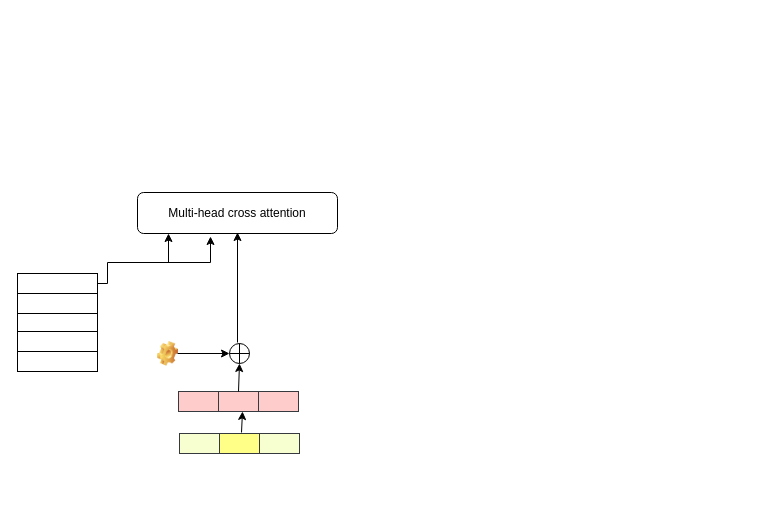
Before: liht.drawio in dksanyal/Abstract2StructuredAbstract, a draw.io diagram. Source tidied: cells renumbered, new cells numbered last; positions are measured from the earlier drawing's top-left corner, leaving out a move shared by most shapes. Both pictures are drawn from the tidied source at 100%, with x=0, y=0 at pixel (17, 192).
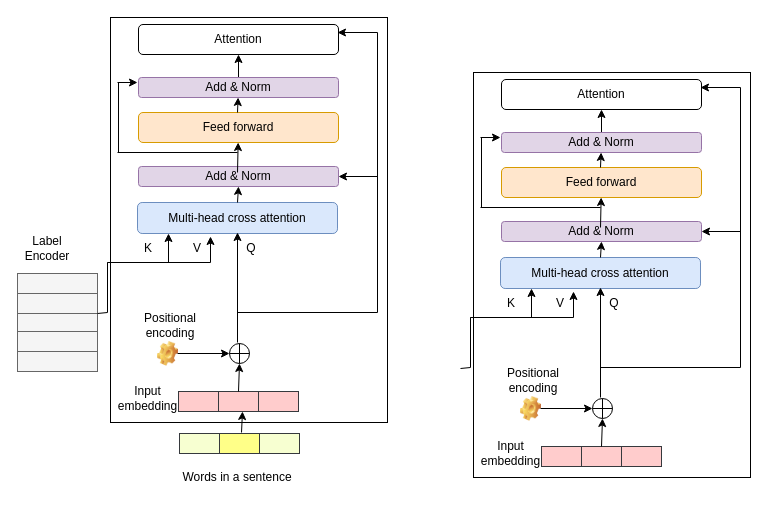
After the change.

The edit, as a diff of the source:
```diff
@@
+    <mxCell id="22" style="rounded=0;whiteSpace=wrap;html=1;" parent="1" vertex="1">
+      <mxGeometry x="93" y="-175" width="277" height="405" as="geometry" />
+    </mxCell>
-    <mxCell id="2" style="edgeStyle=orthogonalEdgeStyle;rounded=0;jettySize=auto;html=1;" parent="1" edge="1" source="3">
+    <mxCell id="2" style="edgeStyle=orthogonalEdgeStyle;rounded=0;jettySize=auto;html=1;startArrow=none;" parent="1" edge="1" source="39">
       <mxGeometry relative="1" as="geometry">
         <mxPoint x="193" y="44" as="targetPoint" />
         <Array as="points">
-          <mxPoint x="90" y="91" />
           <mxPoint x="90" y="70" />
           <mxPoint x="193" y="70" />
         </Array>
       </mxGeometry>
     </mxCell>
-    <mxCell id="3" style="rounded=0;whiteSpace=wrap;html=1;" parent="1" vertex="1">
+    <mxCell id="3" style="rounded=0;whiteSpace=wrap;html=1;fillColor=#f5f5f5;strokeColor=#666666;fontColor=#333333;" parent="1" vertex="1">
       <mxGeometry y="81" width="80" height="20" as="geometry" />
     </mxCell>
-    <mxCell id="4" style="rounded=0;whiteSpace=wrap;html=1;" parent="1" vertex="1">
+    <mxCell id="4" style="rounded=0;whiteSpace=wrap;html=1;fillColor=#f5f5f5;strokeColor=#666666;fontColor=#333333;" parent="1" vertex="1">
       <mxGeometry y="101" width="80" height="20" as="geometry" />
     </mxCell>
-    <mxCell id="5" style="rounded=0;whiteSpace=wrap;html=1;" parent="1" vertex="1">
+    <mxCell id="5" style="rounded=0;whiteSpace=wrap;html=1;fillColor=#f5f5f5;strokeColor=#666666;fontColor=#333333;" parent="1" vertex="1">
       <mxGeometry y="121" width="80" height="20" as="geometry" />
     </mxCell>
-    <mxCell id="6" style="rounded=0;whiteSpace=wrap;html=1;" parent="1" vertex="1">
+    <mxCell id="6" style="rounded=0;whiteSpace=wrap;html=1;fillColor=#f5f5f5;strokeColor=#666666;fontColor=#333333;" parent="1" vertex="1">
       <mxGeometry y="139" width="80" height="20" as="geometry" />
     </mxCell>
-    <mxCell id="7" style="rounded=0;whiteSpace=wrap;html=1;" parent="1" vertex="1">
+    <mxCell id="7" style="rounded=0;whiteSpace=wrap;html=1;fillColor=#f5f5f5;strokeColor=#666666;fontColor=#333333;" parent="1" vertex="1">
       <mxGeometry y="159" width="80" height="20" as="geometry" />
     </mxCell>
@@
-    <mxCell id="13" value="Multi-head cross attention" style="rounded=1;whiteSpace=wrap;html=1;" parent="1" vertex="1">
-      <mxGeometry x="120" width="200" height="41" as="geometry" />
+    <mxCell id="13" value="Multi-head cross attention" style="rounded=1;whiteSpace=wrap;html=1;fillColor=#dae8fc;strokeColor=#6c8ebf;" parent="1" vertex="1">
+      <mxGeometry x="120" y="10" width="200" height="31" as="geometry" />
     </mxCell>
@@
+    <mxCell id="23" style="edgeStyle=orthogonalEdgeStyle;rounded=0;jettySize=auto;html=1;exitX=0.5;exitY=0;exitDx=0;exitDy=0;" parent="1" edge="1" source="26" target="27">
+      <mxGeometry relative="1" as="geometry" />
+    </mxCell>
+    <mxCell id="24" value="Add &amp;amp; Norm" style="rounded=1;whiteSpace=wrap;html=1;fillColor=#e1d5e7;strokeColor=#9673a6;" parent="1" vertex="1">
+      <mxGeometry x="121" y="-26" width="200" height="20" as="geometry" />
+    </mxCell>
+    <mxCell id="25" value="Feed forward" style="rounded=1;whiteSpace=wrap;html=1;fillColor=#ffe6cc;strokeColor=#d79b00;" parent="1" vertex="1">
+      <mxGeometry x="121" y="-80" width="200" height="30" as="geometry" />
+    </mxCell>
+    <mxCell id="26" value="Add &amp;amp; Norm" style="rounded=1;whiteSpace=wrap;html=1;fillColor=#e1d5e7;strokeColor=#9673a6;" parent="1" vertex="1">
+      <mxGeometry x="121" y="-115" width="200" height="20" as="geometry" />
+    </mxCell>
+    <mxCell id="27" value="Attention" style="rounded=1;whiteSpace=wrap;html=1;fillColor=none;" parent="1" vertex="1">
+      <mxGeometry x="121" y="-168" width="200" height="30" as="geometry" />
+    </mxCell>
+    <mxCell id="28" style="endArrow=classic;html=1;rounded=0;exitX=0.5;exitY=0;exitDx=0;exitDy=0;entryX=0.5;entryY=1;entryDx=0;entryDy=0;" parent="1" edge="1" source="13" target="24">
+      <mxGeometry relative="1" as="geometry" />
+    </mxCell>
+    <mxCell id="29" style="endArrow=classic;html=1;rounded=0;" parent="1" edge="1" target="25">
+      <mxGeometry relative="1" as="geometry">
+        <mxPoint x="220" y="-20" as="sourcePoint" />
+      </mxGeometry>
+    </mxCell>
+    <mxCell id="30" style="endArrow=classic;html=1;rounded=0;" parent="1" edge="1" target="26">
+      <mxGeometry relative="1" as="geometry">
+        <mxPoint x="220" y="-80" as="sourcePoint" />
+      </mxGeometry>
+    </mxCell>
+    <mxCell id="31" style="endArrow=none;html=1;rounded=0;" parent="1" edge="1">
+      <mxGeometry relative="1" as="geometry">
+        <mxPoint x="220" y="120" as="sourcePoint" />
+        <mxPoint x="360" y="120" as="targetPoint" />
+      </mxGeometry>
+    </mxCell>
+    <mxCell id="32" style="endArrow=none;html=1;rounded=0;" parent="1" edge="1">
+      <mxGeometry relative="1" as="geometry">
+        <mxPoint x="360" y="120" as="sourcePoint" />
+        <mxPoint x="360" y="-160" as="targetPoint" />
+      </mxGeometry>
+    </mxCell>
+    <mxCell id="33" style="endArrow=classic;html=1;rounded=0;entryX=1;entryY=0.5;entryDx=0;entryDy=0;" parent="1" edge="1" target="24">
+      <mxGeometry relative="1" as="geometry">
+        <mxPoint x="360" y="-16" as="sourcePoint" />
+      </mxGeometry>
+    </mxCell>
+    <mxCell id="34" style="endArrow=classic;html=1;rounded=0;" parent="1" edge="1">
+      <mxGeometry relative="1" as="geometry">
+        <mxPoint x="360" y="-160" as="sourcePoint" />
+        <mxPoint x="320" y="-160" as="targetPoint" />
+      </mxGeometry>
+    </mxCell>
+    <mxCell id="35" style="endArrow=none;html=1;rounded=0;" parent="1" edge="1">
+      <mxGeometry relative="1" as="geometry">
+        <mxPoint x="100" y="-40" as="sourcePoint" />
+        <mxPoint x="220" y="-40" as="targetPoint" />
+      </mxGeometry>
+    </mxCell>
+    <mxCell id="36" style="endArrow=none;html=1;rounded=0;" parent="1" edge="1">
+      <mxGeometry relative="1" as="geometry">
+        <mxPoint x="101" y="-40" as="sourcePoint" />
+        <mxPoint x="101" y="-110" as="targetPoint" />
+      </mxGeometry>
+    </mxCell>
+    <mxCell id="37" style="endArrow=classic;html=1;rounded=0;" parent="1" edge="1">
+      <mxGeometry relative="1" as="geometry">
+        <mxPoint x="100" y="-110" as="sourcePoint" />
+        <mxPoint x="120" y="-110" as="targetPoint" />
+      </mxGeometry>
+    </mxCell>
+    <mxCell id="38" value="K" style="text;html=1;strokeColor=none;fillColor=none;align=center;verticalAlign=middle;whiteSpace=wrap;rounded=0;" parent="1" vertex="1">
+      <mxGeometry x="101" y="41" width="60" height="30" as="geometry" />
+    </mxCell>
+    <mxCell id="39" value="V" style="text;html=1;strokeColor=none;fillColor=none;align=center;verticalAlign=middle;whiteSpace=wrap;rounded=0;" parent="1" vertex="1">
+      <mxGeometry x="150" y="41" width="60" height="30" as="geometry" />
+    </mxCell>
+    <mxCell id="40" style="endArrow=none;html=1;rounded=0;" parent="1" edge="1">
+      <mxGeometry relative="1" as="geometry">
+        <mxPoint x="90" y="120" as="sourcePoint" />
+        <mxPoint x="90" y="70" as="targetPoint" />
+      </mxGeometry>
+    </mxCell>
+    <mxCell id="41" style="endArrow=none;html=1;rounded=0;exitX=1;exitY=0;exitDx=0;exitDy=0;" parent="1" edge="1" source="5">
+      <mxGeometry relative="1" as="geometry">
+        <mxPoint x="90" y="120" as="targetPoint" />
+      </mxGeometry>
+    </mxCell>
+    <mxCell id="42" value="Words in a sentence" style="text;html=1;strokeColor=none;fillColor=none;align=center;verticalAlign=middle;whiteSpace=wrap;rounded=0;" parent="1" vertex="1">
+      <mxGeometry x="150" y="270" width="140" height="30" as="geometry" />
+    </mxCell>
+    <mxCell id="43" value="Input embedding" style="text;html=1;strokeColor=none;fillColor=none;align=center;verticalAlign=middle;whiteSpace=wrap;rounded=0;" parent="1" vertex="1">
+      <mxGeometry x="93" y="191" width="75" height="30" as="geometry" />
+    </mxCell>
+    <mxCell id="44" value="Positional encoding" style="text;html=1;strokeColor=none;fillColor=none;align=center;verticalAlign=middle;whiteSpace=wrap;rounded=0;" parent="1" vertex="1">
+      <mxGeometry x="108" y="118" width="90" height="30" as="geometry" />
+    </mxCell>
+    <mxCell id="45" value="Label Encoder" style="text;html=1;strokeColor=none;fillColor=none;align=center;verticalAlign=middle;whiteSpace=wrap;rounded=0;" parent="1" vertex="1">
+      <mxGeometry y="41" width="60" height="30" as="geometry" />
+    </mxCell>
+    <mxCell id="46" value="Q" style="text;html=1;strokeColor=none;fillColor=none;align=center;verticalAlign=middle;whiteSpace=wrap;rounded=0;" parent="1" vertex="1">
+      <mxGeometry x="214" y="41" width="40" height="30" as="geometry" />
+    </mxCell>
+    <mxCell id="47" style="rounded=0;whiteSpace=wrap;html=1;" parent="1" vertex="1">
+      <mxGeometry x="456" y="-120" width="277" height="405" as="geometry" />
+    </mxCell>
+    <mxCell id="48" style="edgeStyle=orthogonalEdgeStyle;rounded=0;jettySize=auto;html=1;startArrow=none;" parent="1" edge="1" source="75">
+      <mxGeometry relative="1" as="geometry">
+        <mxPoint x="556" y="99" as="targetPoint" />
+        <Array as="points">
+          <mxPoint x="453" y="125" />
+          <mxPoint x="556" y="125" />
+        </Array>
+      </mxGeometry>
+    </mxCell>
+    <mxCell id="49" style="rounded=0;whiteSpace=wrap;html=1;fillColor=#ffcccc;strokeColor=#36393d;" parent="1" vertex="1">
+      <mxGeometry x="524" y="254" width="40" height="20" as="geometry" />
+    </mxCell>
+    <mxCell id="50" style="rounded=0;whiteSpace=wrap;html=1;fillColor=#ffcccc;strokeColor=#36393d;" parent="1" vertex="1">
+      <mxGeometry x="564" y="254" width="40" height="20" as="geometry" />
+    </mxCell>
+    <mxCell id="51" style="rounded=0;whiteSpace=wrap;html=1;fillColor=#ffcccc;strokeColor=#36393d;" parent="1" vertex="1">
+      <mxGeometry x="604" y="254" width="40" height="20" as="geometry" />
+    </mxCell>
+    <mxCell id="52" value="Multi-head cross attention" style="rounded=1;whiteSpace=wrap;html=1;fillColor=#dae8fc;strokeColor=#6c8ebf;" parent="1" vertex="1">
+      <mxGeometry x="483" y="65" width="200" height="31" as="geometry" />
+    </mxCell>
+    <mxCell id="53" style="verticalLabelPosition=bottom;verticalAlign=top;html=1;shape=mxgraph.flowchart.summing_function;" parent="1" vertex="1">
+      <mxGeometry x="575" y="206" width="20" height="20" as="geometry" />
+    </mxCell>
+    <mxCell id="54" style="shape=image;html=1;verticalLabelPosition=bottom;verticalAlign=top;imageAspect=1;image=img/clipart/Gear_128x128.png;" parent="1" vertex="1">
+      <mxGeometry x="503" y="204" width="21" height="24.6" as="geometry" />
+    </mxCell>
+    <mxCell id="55" style="endArrow=classic;html=1;rounded=0;entryX=0;entryY=0.5;entryDx=0;entryDy=0;entryPerimeter=0;" parent="1" edge="1" target="53">
+      <mxGeometry relative="1" as="geometry">
+        <mxPoint x="523" y="216" as="sourcePoint" />
+      </mxGeometry>
+    </mxCell>
+    <mxCell id="56" style="endArrow=classic;html=1;rounded=0;entryX=0.5;entryY=1;entryDx=0;entryDy=0;entryPerimeter=0;exitX=0.5;exitY=0;exitDx=0;exitDy=0;" parent="1" edge="1" source="50" target="53">
+      <mxGeometry relative="1" as="geometry" />
+    </mxCell>
+    <mxCell id="57" style="endArrow=classic;html=1;rounded=0;" parent="1" edge="1">
+      <mxGeometry relative="1" as="geometry">
+        <mxPoint x="583" y="205" as="sourcePoint" />
+        <mxPoint x="583" y="95" as="targetPoint" />
+      </mxGeometry>
+    </mxCell>
+    <mxCell id="58" style="endArrow=classic;html=1;rounded=0;entryX=0.25;entryY=1;entryDx=0;entryDy=0;" parent="1" edge="1">
+      <mxGeometry relative="1" as="geometry">
+        <mxPoint x="514" y="125" as="sourcePoint" />
+        <mxPoint x="514" y="96" as="targetPoint" />
+      </mxGeometry>
+    </mxCell>
+    <mxCell id="59" style="edgeStyle=orthogonalEdgeStyle;rounded=0;jettySize=auto;html=1;exitX=0.5;exitY=0;exitDx=0;exitDy=0;" parent="1" edge="1" source="62" target="63">
+      <mxGeometry relative="1" as="geometry" />
+    </mxCell>
+    <mxCell id="60" value="Add &amp;amp; Norm" style="rounded=1;whiteSpace=wrap;html=1;fillColor=#e1d5e7;strokeColor=#9673a6;" parent="1" vertex="1">
+      <mxGeometry x="484" y="29" width="200" height="20" as="geometry" />
+    </mxCell>
+    <mxCell id="61" value="Feed forward" style="rounded=1;whiteSpace=wrap;html=1;fillColor=#ffe6cc;strokeColor=#d79b00;" parent="1" vertex="1">
+      <mxGeometry x="484" y="-25" width="200" height="30" as="geometry" />
+    </mxCell>
+    <mxCell id="62" value="Add &amp;amp; Norm" style="rounded=1;whiteSpace=wrap;html=1;fillColor=#e1d5e7;strokeColor=#9673a6;" parent="1" vertex="1">
+      <mxGeometry x="484" y="-60" width="200" height="20" as="geometry" />
+    </mxCell>
+    <mxCell id="63" value="Attention" style="rounded=1;whiteSpace=wrap;html=1;fillColor=none;" parent="1" vertex="1">
+      <mxGeometry x="484" y="-113" width="200" height="30" as="geometry" />
+    </mxCell>
+    <mxCell id="64" style="endArrow=classic;html=1;rounded=0;exitX=0.5;exitY=0;exitDx=0;exitDy=0;entryX=0.5;entryY=1;entryDx=0;entryDy=0;" parent="1" edge="1" source="52" target="60">
+      <mxGeometry relative="1" as="geometry" />
+    </mxCell>
+    <mxCell id="65" style="endArrow=classic;html=1;rounded=0;" parent="1" edge="1" target="61">
+      <mxGeometry relative="1" as="geometry">
+        <mxPoint x="583" y="35" as="sourcePoint" />
+      </mxGeometry>
+    </mxCell>
+    <mxCell id="66" style="endArrow=classic;html=1;rounded=0;" parent="1" edge="1" target="62">
+      <mxGeometry relative="1" as="geometry">
+        <mxPoint x="583" y="-25" as="sourcePoint" />
+      </mxGeometry>
+    </mxCell>
+    <mxCell id="67" style="endArrow=none;html=1;rounded=0;" parent="1" edge="1">
+      <mxGeometry relative="1" as="geometry">
+        <mxPoint x="583" y="175" as="sourcePoint" />
+        <mxPoint x="723" y="175" as="targetPoint" />
+      </mxGeometry>
+    </mxCell>
+    <mxCell id="68" style="endArrow=none;html=1;rounded=0;" parent="1" edge="1">
+      <mxGeometry relative="1" as="geometry">
+        <mxPoint x="723" y="175" as="sourcePoint" />
+        <mxPoint x="723" y="-105" as="targetPoint" />
+      </mxGeometry>
+    </mxCell>
+    <mxCell id="69" style="endArrow=classic;html=1;rounded=0;entryX=1;entryY=0.5;entryDx=0;entryDy=0;" parent="1" edge="1" target="60">
+      <mxGeometry relative="1" as="geometry">
+        <mxPoint x="723" y="39" as="sourcePoint" />
+      </mxGeometry>
+    </mxCell>
+    <mxCell id="70" style="endArrow=classic;html=1;rounded=0;" parent="1" edge="1">
+      <mxGeometry relative="1" as="geometry">
+        <mxPoint x="723" y="-105" as="sourcePoint" />
+        <mxPoint x="683" y="-105" as="targetPoint" />
+      </mxGeometry>
+    </mxCell>
+    <mxCell id="71" style="endArrow=none;html=1;rounded=0;" parent="1" edge="1">
+      <mxGeometry relative="1" as="geometry">
+        <mxPoint x="463" y="15" as="sourcePoint" />
+        <mxPoint x="583" y="15" as="targetPoint" />
+      </mxGeometry>
+    </mxCell>
+    <mxCell id="72" style="endArrow=none;html=1;rounded=0;" parent="1" edge="1">
+      <mxGeometry relative="1" as="geometry">
+        <mxPoint x="464" y="15" as="sourcePoint" />
+        <mxPoint x="464" y="-55" as="targetPoint" />
+      </mxGeometry>
+    </mxCell>
+    <mxCell id="73" style="endArrow=classic;html=1;rounded=0;" parent="1" edge="1">
+      <mxGeometry relative="1" as="geometry">
+        <mxPoint x="463" y="-55" as="sourcePoint" />
+        <mxPoint x="483" y="-55" as="targetPoint" />
+      </mxGeometry>
+    </mxCell>
+    <mxCell id="74" value="K" style="text;html=1;strokeColor=none;fillColor=none;align=center;verticalAlign=middle;whiteSpace=wrap;rounded=0;" parent="1" vertex="1">
+      <mxGeometry x="464" y="96" width="60" height="30" as="geometry" />
+    </mxCell>
+    <mxCell id="75" value="V" style="text;html=1;strokeColor=none;fillColor=none;align=center;verticalAlign=middle;whiteSpace=wrap;rounded=0;" parent="1" vertex="1">
+      <mxGeometry x="513" y="96" width="60" height="30" as="geometry" />
+    </mxCell>
+    <mxCell id="76" style="endArrow=none;html=1;rounded=0;" parent="1" edge="1">
+      <mxGeometry relative="1" as="geometry">
+        <mxPoint x="453" y="175" as="sourcePoint" />
+        <mxPoint x="453" y="125" as="targetPoint" />
+      </mxGeometry>
+    </mxCell>
+    <mxCell id="77" style="endArrow=none;html=1;rounded=0;exitX=1;exitY=0;exitDx=0;exitDy=0;" parent="1" edge="1">
+      <mxGeometry relative="1" as="geometry">
+        <mxPoint x="443" y="176" as="sourcePoint" />
+        <mxPoint x="453" y="175" as="targetPoint" />
+      </mxGeometry>
+    </mxCell>
+    <mxCell id="78" value="Input embedding" style="text;html=1;strokeColor=none;fillColor=none;align=center;verticalAlign=middle;whiteSpace=wrap;rounded=0;" parent="1" vertex="1">
+      <mxGeometry x="456" y="246" width="75" height="30" as="geometry" />
+    </mxCell>
+    <mxCell id="79" value="Positional encoding" style="text;html=1;strokeColor=none;fillColor=none;align=center;verticalAlign=middle;whiteSpace=wrap;rounded=0;" parent="1" vertex="1">
+      <mxGeometry x="471" y="173" width="90" height="30" as="geometry" />
+    </mxCell>
+    <mxCell id="80" value="Q" style="text;html=1;strokeColor=none;fillColor=none;align=center;verticalAlign=middle;whiteSpace=wrap;rounded=0;" parent="1" vertex="1">
+      <mxGeometry x="577" y="96" width="40" height="30" as="geometry" />
+    </mxCell>
```
